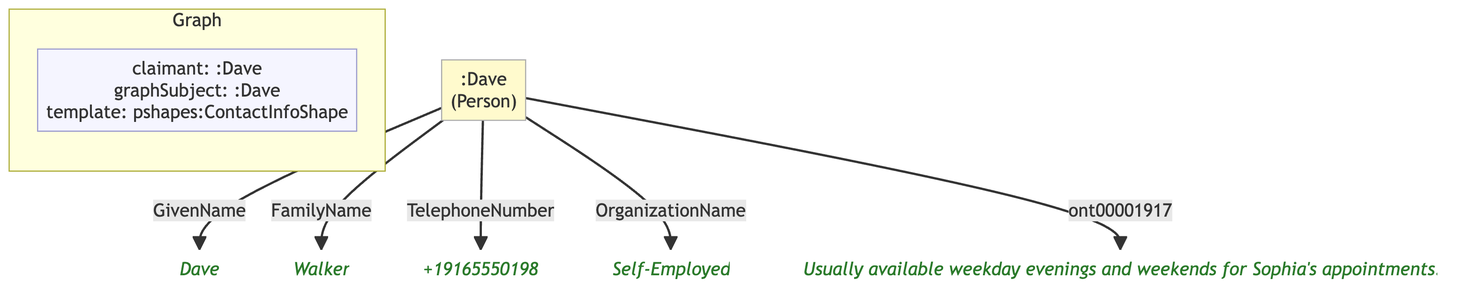
Above: example/graphs/images/graph-28.png in MeeFoundation/mia-ontologies (Mermaid), before the change. Its source is kept beside it as example/graphs/images/graph-28.mmd.
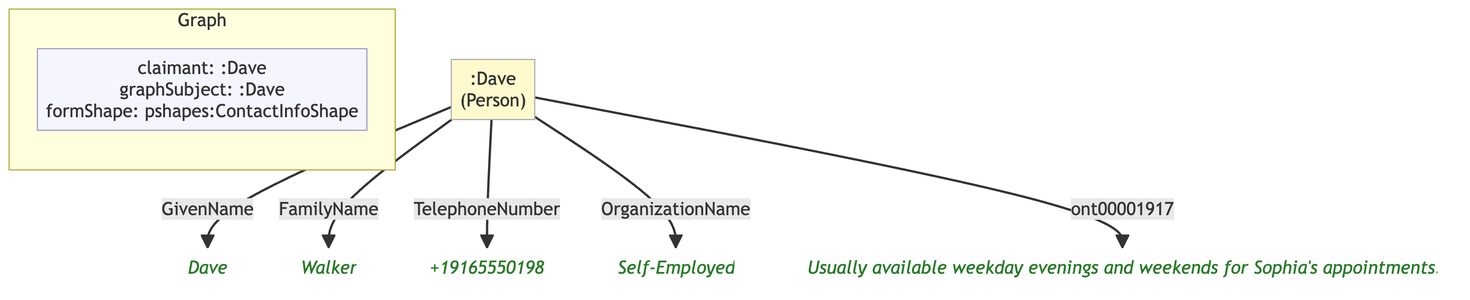
After the commit.

Change to the diagram source:
```diff
@@ -7,18 +7,18 @@
 
     subgraph ctx["Graph"]
         direction LR
-        ctx_meta["claimant: :Dave\ngraphSubject: :Dave\ntemplate: pshapes:ContactInfoShape"]:::meta
+        ctx_meta["claimant: :Dave\ngraphSubject: :Dave\nformShape: pshapes:ContactInfoShape"]:::meta
     end
 
-    n1c28f5f47932[":Dave\n(Person)"]:::person
-    n439ab992f46c("Dave"):::lit
-    n6f7687ccfa38("Walker"):::lit
-    n293be18eb187("+19165550198"):::lit
-    n306f9cb0fd45("Self-Employed"):::lit
-    nc2a559b2182e("Usually available weekday evenings and weekends for Sophia's appointments."):::lit
+    nb69bdc5e9e9b[":Dave\n(Person)"]:::person
+    nbdbd49618ec5("Dave"):::lit
+    nee2e3b66c4ab("Walker"):::lit
+    n6dd5fa172234("+19165550198"):::lit
+    na175f5a3cb4b("Self-Employed"):::lit
+    n30d38e958cde("Usually available weekday evenings and weekends for Sophia's appointments."):::lit
 
-    n1c28f5f47932 -->|"GivenName"| n439ab992f46c
-    n1c28f5f47932 -->|"FamilyName"| n6f7687ccfa38
-    n1c28f5f47932 -->|"TelephoneNumber"| n293be18eb187
-    n1c28f5f47932 -->|"OrganizationName"| n306f9cb0fd45
-    n1c28f5f47932 -->|"ont00001917"| nc2a559b2182e
+    nb69bdc5e9e9b -->|"GivenName"| nbdbd49618ec5
+    nb69bdc5e9e9b -->|"FamilyName"| nee2e3b66c4ab
+    nb69bdc5e9e9b -->|"TelephoneNumber"| n6dd5fa172234
+    nb69bdc5e9e9b -->|"OrganizationName"| na175f5a3cb4b
+    nb69bdc5e9e9b -->|"ont00001917"| n30d38e958cde
```
